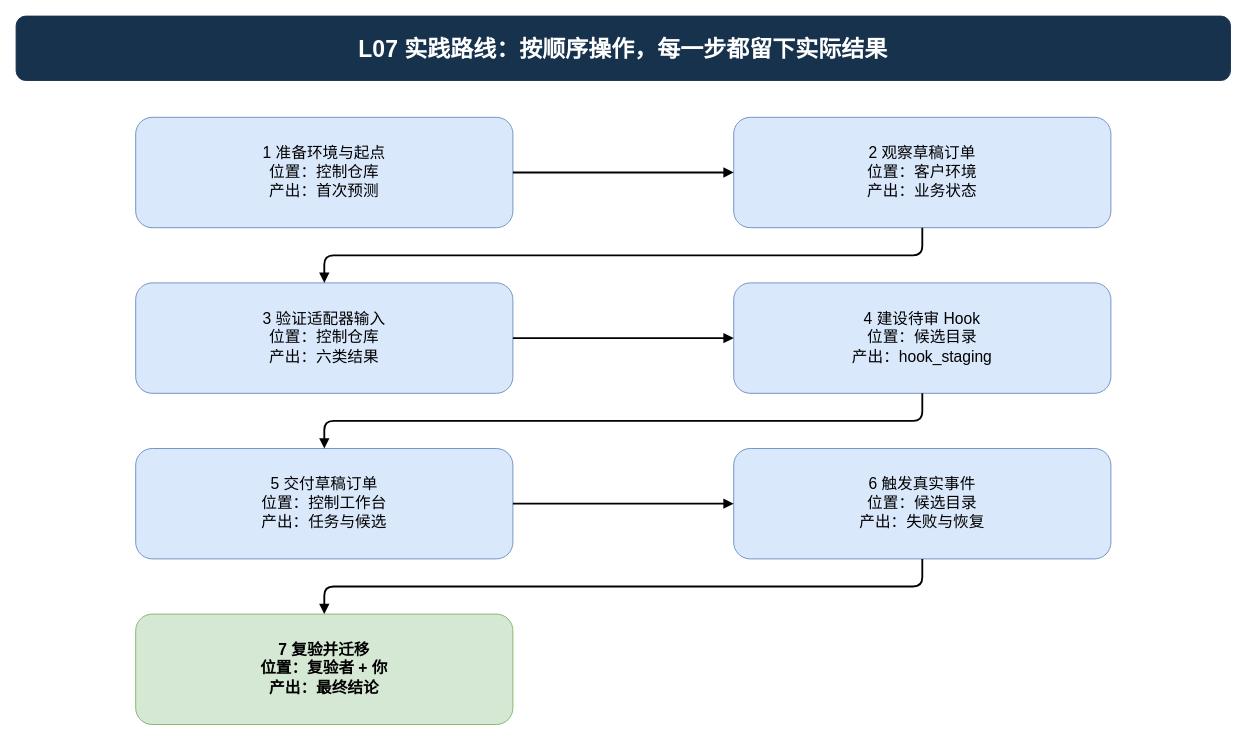
Above: docs/courses/L07/assets/l07-practice-flow.drawio in kangapp/CodexFDE (draw.io), before the change. Source tidied: cells renumbered, new cells numbered last; positions are measured from the earlier drawing's top-left corner, leaving out a move shared by most shapes. Both pictures are drawn from the tidied source at 92%, with x=0, y=0 at pixel (16, 16).
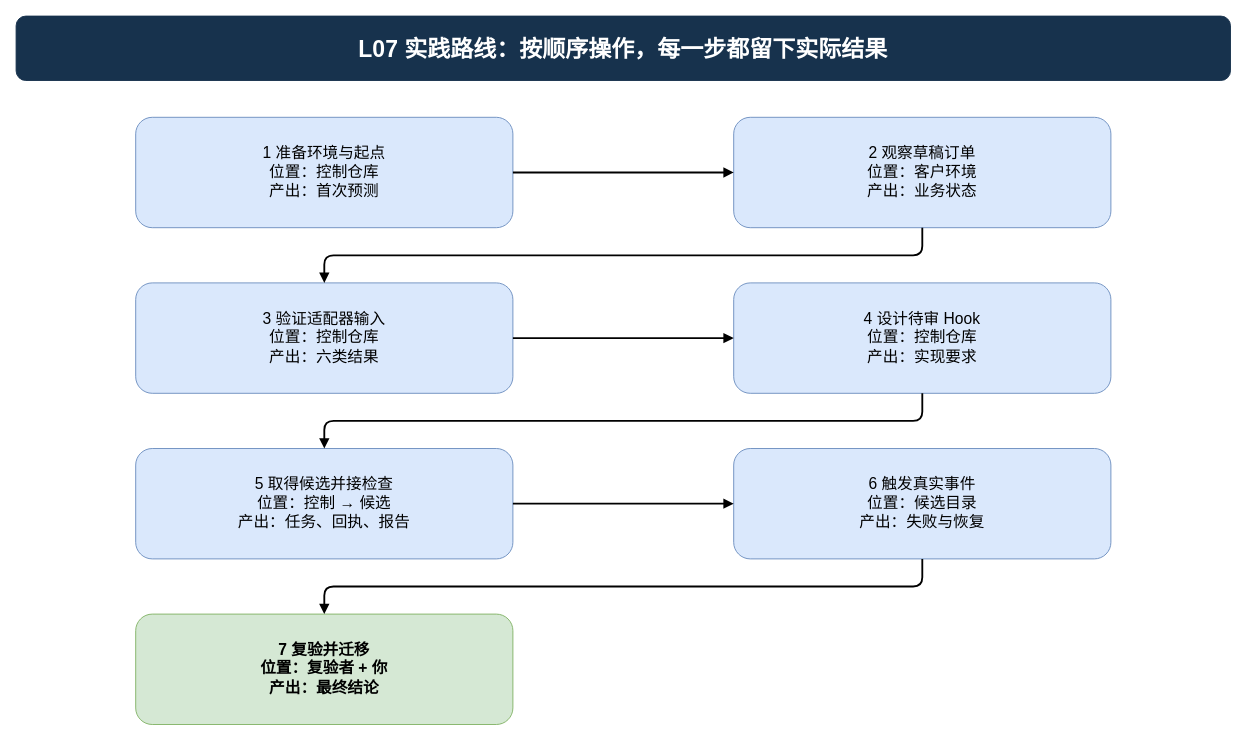
The same page after the edit.

Diff of the diagram source:
```diff
@@
 <mxGraphModel>
   <root>
     <mxCell id="0" />
     <mxCell id="1" parent="0" />
     <mxCell id="2" value="L07 实践路线：按顺序操作，每一步都留下实际结果" style="rounded=1;whiteSpace=wrap;html=1;fillColor=#17324D;strokeColor=#17324D;fontSize=25;fontStyle=1;spacing=8;fontColor=#FFFFFF;" parent="1" vertex="1">
       <mxGeometry width="1320" height="70" as="geometry" />
     </mxCell>
     <mxCell id="3" value="1 准备环境与起点&#10;位置：控制仓库&#10;产出：首次预测" style="rounded=1;whiteSpace=wrap;html=1;fillColor=#DAE8FC;strokeColor=#6C8EBF;fontSize=17;fontStyle=0;spacing=8;" parent="1" vertex="1">
       <mxGeometry x="130" y="110" width="410" height="120" as="geometry" />
     </mxCell>
     <mxCell id="4" value="2 观察草稿订单&#10;位置：客户环境&#10;产出：业务状态" style="rounded=1;whiteSpace=wrap;html=1;fillColor=#DAE8FC;strokeColor=#6C8EBF;fontSize=17;fontStyle=0;spacing=8;" parent="1" vertex="1">
       <mxGeometry x="780" y="110" width="410" height="120" as="geometry" />
     </mxCell>
     <mxCell id="5" value="3 验证适配器输入&#10;位置：控制仓库&#10;产出：六类结果" style="rounded=1;whiteSpace=wrap;html=1;fillColor=#DAE8FC;strokeColor=#6C8EBF;fontSize=17;fontStyle=0;spacing=8;" parent="1" vertex="1">
       <mxGeometry x="130" y="290" width="410" height="120" as="geometry" />
     </mxCell>
-    <mxCell id="6" value="4 建设待审 Hook&#10;位置：候选目录&#10;产出：hook_staging" style="rounded=1;whiteSpace=wrap;html=1;fillColor=#DAE8FC;strokeColor=#6C8EBF;fontSize=17;fontStyle=0;spacing=8;" parent="1" vertex="1">
+    <mxCell id="6" value="4 设计待审 Hook&#10;位置：控制仓库&#10;产出：实现要求" style="rounded=1;whiteSpace=wrap;html=1;fillColor=#DAE8FC;strokeColor=#6C8EBF;fontSize=17;fontStyle=0;spacing=8;" parent="1" vertex="1">
       <mxGeometry x="780" y="290" width="410" height="120" as="geometry" />
     </mxCell>
-    <mxCell id="7" value="5 交付草稿订单&#10;位置：控制工作台&#10;产出：任务与候选" style="rounded=1;whiteSpace=wrap;html=1;fillColor=#DAE8FC;strokeColor=#6C8EBF;fontSize=17;fontStyle=0;spacing=8;" parent="1" vertex="1">
+    <mxCell id="7" value="5 取得候选并接检查&#10;位置：控制 → 候选&#10;产出：任务、回执、报告" style="rounded=1;whiteSpace=wrap;html=1;fillColor=#DAE8FC;strokeColor=#6C8EBF;fontSize=17;fontStyle=0;spacing=8;" parent="1" vertex="1">
       <mxGeometry x="130" y="470" width="410" height="120" as="geometry" />
     </mxCell>
     <mxCell id="8" value="6 触发真实事件&#10;位置：候选目录&#10;产出：失败与恢复" style="rounded=1;whiteSpace=wrap;html=1;fillColor=#DAE8FC;strokeColor=#6C8EBF;fontSize=17;fontStyle=0;spacing=8;" parent="1" vertex="1">
       <mxGeometry x="780" y="470" width="410" height="120" as="geometry" />
     </mxCell>
     <mxCell id="9" value="7 复验并迁移&#10;位置：复验者 + 你&#10;产出：最终结论" style="rounded=1;whiteSpace=wrap;html=1;fillColor=#D5E8D4;strokeColor=#82B366;fontSize=17;fontStyle=1;spacing=8;" parent="1" vertex="1">
       <mxGeometry x="130" y="650" width="410" height="120" as="geometry" />
     </mxCell>
     <mxCell id="10" style="edgeStyle=orthogonalEdgeStyle;rounded=1;jettySize=auto;html=1;strokeWidth=2;endArrow=block;exitX=1;exitY=0.5;entryX=0;entryY=0.5;" parent="1" edge="1" source="3" target="4">
       <mxGeometry relative="1" as="geometry" />
     </mxCell>
     <mxCell id="11" style="edgeStyle=orthogonalEdgeStyle;rounded=1;jettySize=auto;html=1;strokeWidth=2;endArrow=block;exitX=0.5;exitY=1;entryX=0.5;entryY=0;" parent="1" edge="1" source="4" target="5">
       <mxGeometry relative="1" as="geometry" />
     </mxCell>
     <mxCell id="12" style="edgeStyle=orthogonalEdgeStyle;rounded=1;jettySize=auto;html=1;strokeWidth=2;endArrow=block;exitX=1;exitY=0.5;entryX=0;entryY=0.5;" parent="1" edge="1" source="5" target="6">
       <mxGeometry relative="1" as="geometry" />
     </mxCell>
     <mxCell id="13" style="edgeStyle=orthogonalEdgeStyle;rounded=1;jettySize=auto;html=1;strokeWidth=2;endArrow=block;exitX=0.5;exitY=1;entryX=0.5;entryY=0;" parent="1" edge="1" source="6" target="7">
       <mxGeometry relative="1" as="geometry" />
     </mxCell>
     <mxCell id="14" style="edgeStyle=orthogonalEdgeStyle;rounded=1;jettySize=auto;html=1;strokeWidth=2;endArrow=block;exitX=1;exitY=0.5;entryX=0;entryY=0.5;" parent="1" edge="1" source="7" target="8">
       <mxGeometry relative="1" as="geometry" />
     </mxCell>
     <mxCell id="15" style="edgeStyle=orthogonalEdgeStyle;rounded=1;jettySize=auto;html=1;strokeWidth=2;endArrow=block;exitX=0.5;exitY=1;entryX=0.5;entryY=0;" parent="1" edge="1" source="8" target="9">
       <mxGeometry relative="1" as="geometry" />
     </mxCell>
   </root>
 </mxGraphModel>
```
